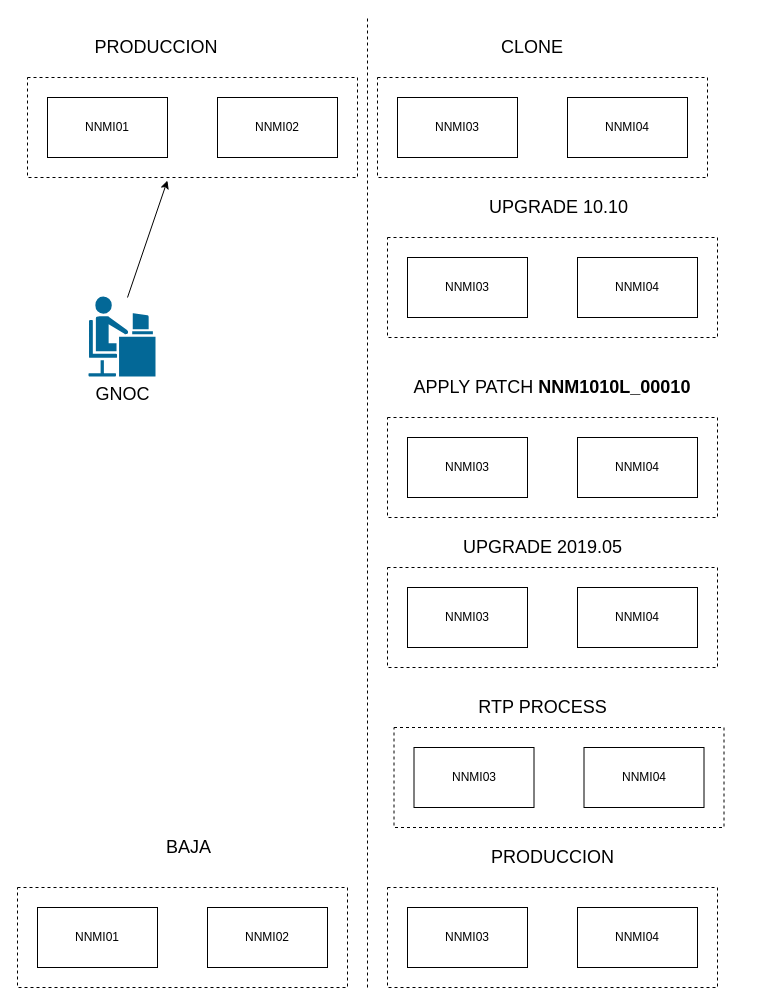
The draw.io diagram Untitled Diagram.drawio in git-cjimenezb/CLTools, before the edit. Source tidied: cells renumbered, new cells numbered last; positions are measured from the earlier drawing's top-left corner, leaving out a move shared by most shapes. Both pictures are drawn from the tidied source at 100%, with x=0, y=0 at pixel (17, 17).
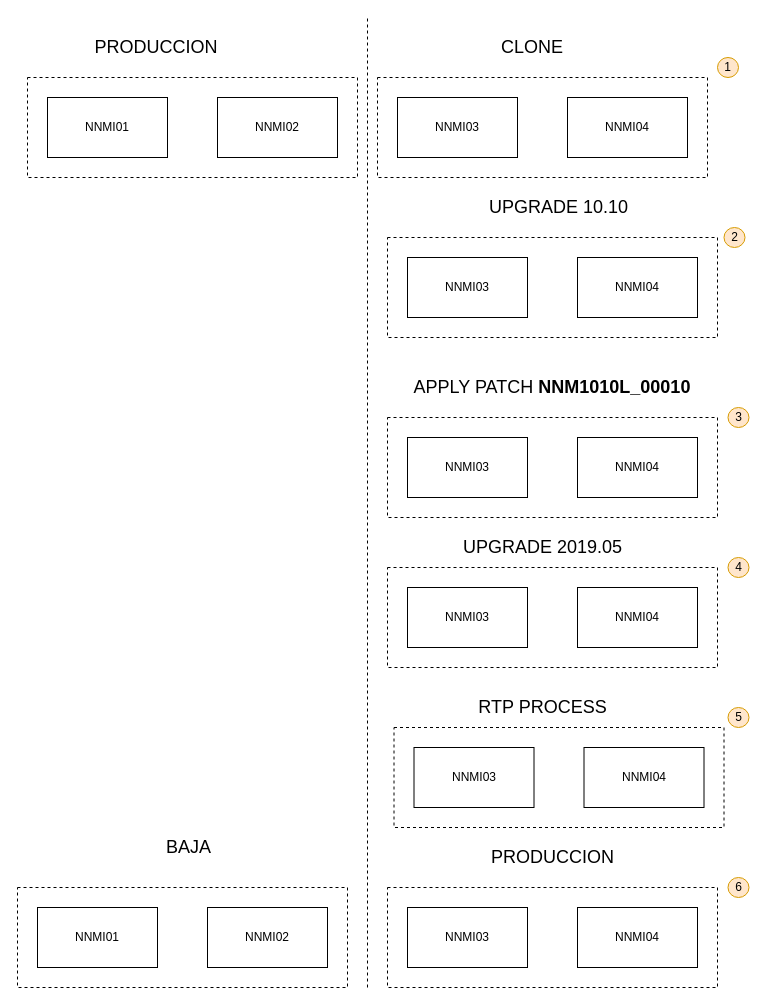
Above is the later version.

The change refers to these unchanged cells:
```xml
<mxCell id="2" style="rounded=0;whiteSpace=wrap;html=1;dashed=1;fillColor=none;" parent="1" vertex="1">
  <mxGeometry x="10" y="60" width="330" height="100" as="geometry" />
</mxCell>
```

Change to the diagram source:
```diff
@@
-    <mxCell id="26" value="GNOC" style="shape=mxgraph.cisco.people.androgenous_person;html=1;dashed=0;fillColor=#036897;strokeColor=#ffffff;strokeWidth=2;verticalLabelPosition=bottom;verticalAlign=top;fontSize=18;" parent="1" vertex="1">
-      <mxGeometry x="70" y="278" width="69" height="82" as="geometry" />
-    </mxCell>
-    <mxCell id="27" style="endArrow=classic;html=1;fontSize=18;entryX=0.424;entryY=1.03;entryDx=0;entryDy=0;entryPerimeter=0;" parent="1" edge="1" target="2">
-      <mxGeometry relative="1" as="geometry">
-        <mxPoint x="110" y="280" as="sourcePoint" />
-      </mxGeometry>
-    </mxCell>
@@
+    <mxCell id="44" value="1" style="ellipse;whiteSpace=wrap;html=1;fillColor=#ffe6cc;strokeColor=#d79b00;" parent="1" vertex="1">
+      <mxGeometry x="700" y="40" width="21" height="20" as="geometry" />
+    </mxCell>
+    <mxCell id="45" value="2" style="ellipse;whiteSpace=wrap;html=1;fillColor=#ffe6cc;strokeColor=#d79b00;" parent="1" vertex="1">
+      <mxGeometry x="706.5" y="210" width="21" height="20" as="geometry" />
+    </mxCell>
+    <mxCell id="46" value="3" style="ellipse;whiteSpace=wrap;html=1;fillColor=#ffe6cc;strokeColor=#d79b00;" parent="1" vertex="1">
+      <mxGeometry x="710.5" y="390" width="21" height="20" as="geometry" />
+    </mxCell>
+    <mxCell id="47" value="4" style="ellipse;whiteSpace=wrap;html=1;fillColor=#ffe6cc;strokeColor=#d79b00;" parent="1" vertex="1">
+      <mxGeometry x="710.5" y="540" width="21" height="20" as="geometry" />
+    </mxCell>
+    <mxCell id="48" value="5" style="ellipse;whiteSpace=wrap;html=1;fillColor=#ffe6cc;strokeColor=#d79b00;" parent="1" vertex="1">
+      <mxGeometry x="710.5" y="690" width="21" height="20" as="geometry" />
+    </mxCell>
+    <mxCell id="49" value="6" style="ellipse;whiteSpace=wrap;html=1;fillColor=#ffe6cc;strokeColor=#d79b00;" parent="1" vertex="1">
+      <mxGeometry x="710.5" y="860" width="21" height="20" as="geometry" />
+    </mxCell>
```
